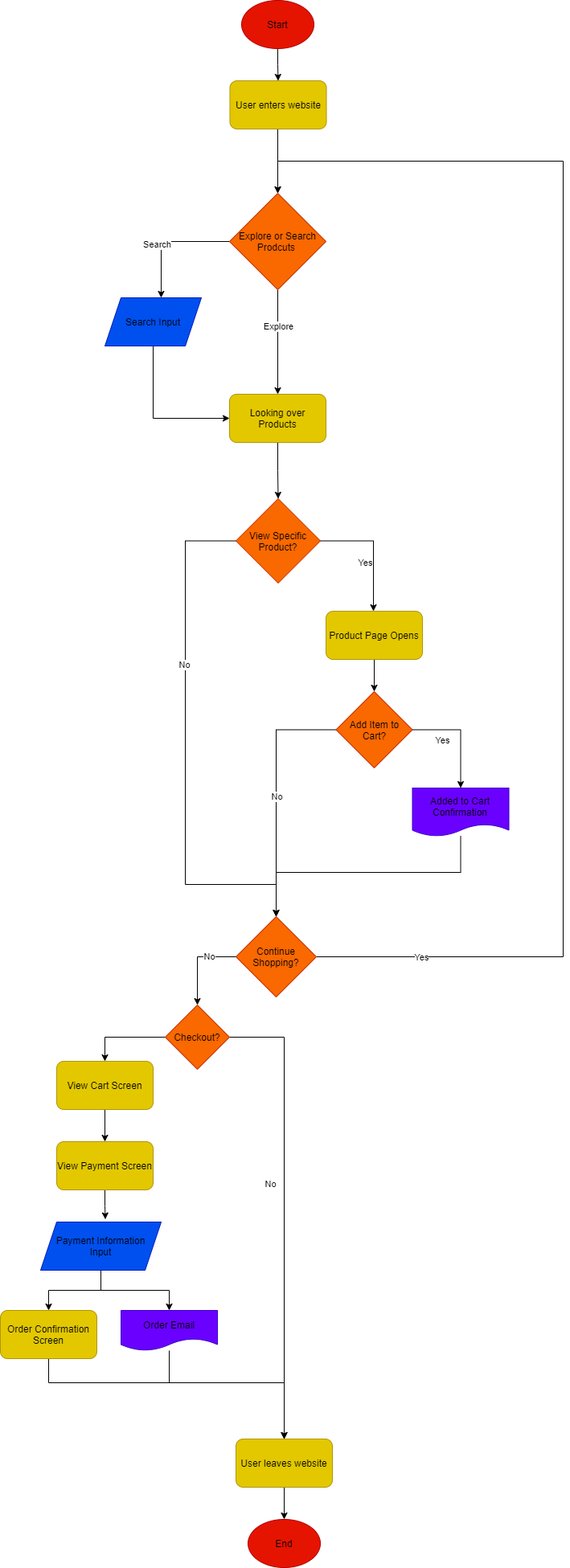
Earlier version of the draw.io export part2/part2.drawio.png (artyom2001/sp21-cse110-lab4). Source tidied: cells renumbered, new cells last; positions are measured from the earlier drawing's top-left corner, leaving out a move shared by most shapes. The source it was exported from:
```xml
<mxGraphModel>
  <root>
    <mxCell id="0" />
    <mxCell id="1" parent="0" />
    <mxCell id="2" style="edgeStyle=orthogonalEdgeStyle;rounded=0;jettySize=auto;entryX=0.5;entryY=0;entryDx=0;entryDy=0;labelBorderColor=none;html=1;fontColor=#000000;" parent="1" edge="1" source="3" target="5">
      <mxGeometry relative="1" as="geometry" />
    </mxCell>
    <mxCell id="3" value="Start" style="ellipse;whiteSpace=wrap;fillColor=#e51400;strokeColor=#B20000;labelBorderColor=none;html=1;fontColor=#000000;" parent="1" vertex="1">
      <mxGeometry x="300" width="90" height="60" as="geometry" />
    </mxCell>
    <mxCell id="4" style="edgeStyle=orthogonalEdgeStyle;rounded=0;jettySize=auto;entryX=0.5;entryY=0;entryDx=0;entryDy=0;labelBorderColor=none;html=1;fontColor=#000000;" parent="1" edge="1" source="5" target="10">
      <mxGeometry relative="1" as="geometry">
        <Array as="points">
          <mxPoint x="346" y="240" />
        </Array>
      </mxGeometry>
    </mxCell>
    <mxCell id="5" value="User enters website" style="rounded=1;whiteSpace=wrap;fillColor=#e3c800;strokeColor=#B09500;labelBorderColor=none;html=1;fontColor=#000000;" parent="1" vertex="1">
      <mxGeometry x="285.5" y="100" width="120" height="60" as="geometry" />
    </mxCell>
    <mxCell id="6" style="edgeStyle=orthogonalEdgeStyle;rounded=0;jettySize=auto;entryX=0.583;entryY=0;entryDx=0;entryDy=0;entryPerimeter=0;labelBorderColor=none;html=1;fontColor=#000000;" parent="1" edge="1" source="10" target="12">
      <mxGeometry relative="1" as="geometry" />
    </mxCell>
    <mxCell id="7" value="Search" style="edgeLabel;align=center;verticalAlign=middle;labelBorderColor=none;html=1;fontColor=#000000;" parent="6" vertex="1">
      <mxGeometry x="0.14" y="-5" relative="1" as="geometry" />
    </mxCell>
    <mxCell id="8" style="edgeStyle=orthogonalEdgeStyle;rounded=0;jettySize=auto;labelBorderColor=none;html=1;fontColor=#000000;" parent="1" edge="1" source="10" target="14">
      <mxGeometry relative="1" as="geometry" />
    </mxCell>
    <mxCell id="9" value="Explore" style="edgeLabel;align=center;verticalAlign=middle;labelBorderColor=none;html=1;fontColor=#000000;" parent="8" vertex="1">
      <mxGeometry x="-0.3" y="1" relative="1" as="geometry" />
    </mxCell>
    <mxCell id="10" value="Explore or Search Prodcuts&amp;nbsp;" style="rhombus;whiteSpace=wrap;fillColor=#fa6800;strokeColor=#C73500;labelBorderColor=none;html=1;fontColor=#000000;" parent="1" vertex="1">
      <mxGeometry x="285" y="240" width="120" height="120" as="geometry" />
    </mxCell>
    <mxCell id="11" style="edgeStyle=orthogonalEdgeStyle;rounded=0;jettySize=auto;entryX=0;entryY=0.5;entryDx=0;entryDy=0;exitX=0.5;exitY=1;exitDx=0;exitDy=0;labelBorderColor=none;html=1;fontColor=#000000;" parent="1" edge="1" source="12" target="14">
      <mxGeometry relative="1" as="geometry">
        <Array as="points">
          <mxPoint x="190" y="520" />
        </Array>
      </mxGeometry>
    </mxCell>
    <mxCell id="12" value="Search Input" style="shape=parallelogram;perimeter=parallelogramPerimeter;whiteSpace=wrap;fixedSize=1;fillColor=#0050ef;strokeColor=#001DBC;labelBorderColor=none;html=1;fontColor=#000000;" parent="1" vertex="1">
      <mxGeometry x="130" y="370" width="120" height="60" as="geometry" />
    </mxCell>
    <mxCell id="13" style="edgeStyle=orthogonalEdgeStyle;rounded=0;jettySize=auto;entryX=0.5;entryY=0;entryDx=0;entryDy=0;labelBorderColor=none;html=1;fontColor=#000000;" parent="1" edge="1" source="14" target="19">
      <mxGeometry relative="1" as="geometry" />
    </mxCell>
    <mxCell id="14" value="Looking over Products" style="rounded=1;whiteSpace=wrap;fillColor=#e3c800;strokeColor=#B09500;labelBorderColor=none;html=1;fontColor=#000000;" parent="1" vertex="1">
      <mxGeometry x="285" y="490" width="120" height="60" as="geometry" />
    </mxCell>
    <mxCell id="15" style="edgeStyle=orthogonalEdgeStyle;rounded=0;jettySize=auto;entryX=0.5;entryY=0;entryDx=0;entryDy=0;labelBorderColor=none;html=1;fontColor=#000000;" parent="1" edge="1" source="19" target="29">
      <mxGeometry relative="1" as="geometry">
        <Array as="points">
          <mxPoint x="230" y="673" />
          <mxPoint x="230" y="1100" />
          <mxPoint x="343" y="1100" />
        </Array>
      </mxGeometry>
    </mxCell>
    <mxCell id="16" value="No" style="edgeLabel;align=center;verticalAlign=middle;labelBorderColor=none;html=1;fontColor=#000000;" parent="15" vertex="1">
      <mxGeometry x="-0.32" y="-1" relative="1" as="geometry" />
    </mxCell>
    <mxCell id="17" style="edgeStyle=orthogonalEdgeStyle;rounded=0;jettySize=auto;exitX=1;exitY=0.5;exitDx=0;exitDy=0;labelBorderColor=none;html=1;fontColor=#000000;" parent="1" edge="1" source="19" target="21">
      <mxGeometry relative="1" as="geometry">
        <Array as="points">
          <mxPoint x="464" y="673" />
        </Array>
      </mxGeometry>
    </mxCell>
    <mxCell id="18" value="Yes" style="edgeLabel;align=center;verticalAlign=middle;labelBorderColor=none;html=1;fontColor=#000000;" parent="17" vertex="1">
      <mxGeometry x="-0.27" y="-4" relative="1" as="geometry">
        <mxPoint y="23.5" as="offset" />
      </mxGeometry>
    </mxCell>
    <mxCell id="19" value="View Specific Product?" style="rhombus;whiteSpace=wrap;fillColor=#fa6800;strokeColor=#C73500;labelBorderColor=none;html=1;fontColor=#000000;" parent="1" vertex="1">
      <mxGeometry x="293" y="620" width="105" height="105" as="geometry" />
    </mxCell>
    <mxCell id="20" style="edgeStyle=orthogonalEdgeStyle;rounded=0;jettySize=auto;entryX=0.5;entryY=0;entryDx=0;entryDy=0;labelBorderColor=none;html=1;fontColor=#000000;" parent="1" edge="1" source="21" target="26">
      <mxGeometry relative="1" as="geometry" />
    </mxCell>
    <mxCell id="21" value="Product Page Opens" style="rounded=1;whiteSpace=wrap;fillColor=#e3c800;strokeColor=#B09500;labelBorderColor=none;html=1;fontColor=#000000;" parent="1" vertex="1">
      <mxGeometry x="405" y="760" width="120" height="60" as="geometry" />
    </mxCell>
    <mxCell id="22" style="edgeStyle=orthogonalEdgeStyle;rounded=0;jettySize=auto;entryX=0.5;entryY=0;entryDx=0;entryDy=0;labelBorderColor=none;html=1;fontColor=#000000;" parent="1" edge="1" source="26" target="29">
      <mxGeometry relative="1" as="geometry" />
    </mxCell>
    <mxCell id="23" value="No" style="edgeLabel;align=center;verticalAlign=middle;labelBorderColor=none;html=1;fontColor=#000000;" parent="22" vertex="1">
      <mxGeometry x="0.03" y="1" relative="1" as="geometry" />
    </mxCell>
    <mxCell id="24" style="edgeStyle=orthogonalEdgeStyle;rounded=0;jettySize=auto;exitX=1;exitY=0.5;exitDx=0;exitDy=0;labelBorderColor=none;html=1;fontColor=#000000;" parent="1" edge="1" source="26" target="31">
      <mxGeometry relative="1" as="geometry" />
    </mxCell>
    <mxCell id="25" value="Yes" style="edgeLabel;align=center;verticalAlign=middle;labelBorderColor=none;html=1;fontColor=#000000;" parent="24" vertex="1">
      <mxGeometry x="0.1" y="1" relative="1" as="geometry">
        <mxPoint x="-23.4" as="offset" />
      </mxGeometry>
    </mxCell>
    <mxCell id="26" value="Add Item to Cart?" style="rhombus;whiteSpace=wrap;fillColor=#fa6800;strokeColor=#C73500;labelBorderColor=none;html=1;fontColor=#000000;" parent="1" vertex="1">
      <mxGeometry x="417.5" y="860" width="95" height="95" as="geometry" />
    </mxCell>
    <mxCell id="27" style="edgeStyle=orthogonalEdgeStyle;rounded=0;jettySize=auto;entryX=0.5;entryY=0;entryDx=0;entryDy=0;labelBorderColor=none;html=1;fontColor=#000000;" parent="1" edge="1" source="29" target="10">
      <mxGeometry relative="1" as="geometry">
        <Array as="points">
          <mxPoint x="700" y="1190" />
          <mxPoint x="700" y="200" />
          <mxPoint x="345" y="200" />
        </Array>
      </mxGeometry>
    </mxCell>
    <mxCell id="28" value="Yes" style="edgeLabel;align=center;verticalAlign=middle;labelBorderColor=none;html=1;fontColor=#000000;" parent="27" vertex="1">
      <mxGeometry x="-0.85" y="-1" relative="1" as="geometry" />
    </mxCell>
    <mxCell id="29" value="Continue Shopping?" style="rhombus;whiteSpace=wrap;fillColor=#fa6800;strokeColor=#C73500;labelBorderColor=none;html=1;fontColor=#000000;" parent="1" vertex="1">
      <mxGeometry x="293" y="1140" width="100" height="100" as="geometry" />
    </mxCell>
    <mxCell id="30" style="edgeStyle=orthogonalEdgeStyle;rounded=0;jettySize=auto;entryX=0.5;entryY=0;entryDx=0;entryDy=0;labelBorderColor=none;html=1;fontColor=#000000;" parent="1" edge="1" source="31" target="29">
      <mxGeometry relative="1" as="geometry">
        <Array as="points">
          <mxPoint x="573" y="1085" />
          <mxPoint x="343" y="1085" />
        </Array>
      </mxGeometry>
    </mxCell>
    <mxCell id="31" value="Added to Cart Confirmation" style="shape=document;whiteSpace=wrap;boundedLbl=1;size=0.25;fillColor=#6a00ff;strokeColor=#3700CC;labelBorderColor=none;html=1;fontColor=#000000;" parent="1" vertex="1">
      <mxGeometry x="512.5" y="980" width="120" height="60" as="geometry" />
    </mxCell>
    <mxCell id="32" style="edgeStyle=orthogonalEdgeStyle;rounded=0;jettySize=auto;labelBorderColor=none;html=1;fontColor=#000000;" parent="1" edge="1" source="35" target="39">
      <mxGeometry relative="1" as="geometry" />
    </mxCell>
    <mxCell id="33" value="No" style="edgeLabel;align=center;verticalAlign=middle;labelBorderColor=none;html=1;fontColor=#000000;" parent="32" vertex="1">
      <mxGeometry x="-0.12" y="1" relative="1" as="geometry">
        <mxPoint x="-18.7" y="1" as="offset" />
      </mxGeometry>
    </mxCell>
    <mxCell id="34" style="edgeStyle=orthogonalEdgeStyle;rounded=0;jettySize=auto;exitX=0;exitY=0.5;exitDx=0;exitDy=0;entryX=0.5;entryY=0;entryDx=0;entryDy=0;labelBorderColor=none;html=1;fontColor=#000000;" parent="1" edge="1" source="35" target="41">
      <mxGeometry relative="1" as="geometry" />
    </mxCell>
    <mxCell id="35" value="Checkout?" style="rhombus;whiteSpace=wrap;fillColor=#fa6800;strokeColor=#C73500;labelBorderColor=none;html=1;fontColor=#000000;" parent="1" vertex="1">
      <mxGeometry x="205" y="1250" width="80" height="80" as="geometry" />
    </mxCell>
    <mxCell id="36" style="edgeStyle=orthogonalEdgeStyle;rounded=0;jettySize=auto;labelBorderColor=none;html=1;fontColor=#000000;" parent="1" edge="1" source="29" target="35">
      <mxGeometry relative="1" as="geometry" />
    </mxCell>
    <mxCell id="37" value="No" style="edgeLabel;align=center;verticalAlign=middle;labelBorderColor=none;html=1;fontColor=#000000;" parent="36" vertex="1">
      <mxGeometry x="-0.15" y="2" relative="1" as="geometry">
        <mxPoint x="12.8" y="-2" as="offset" />
      </mxGeometry>
    </mxCell>
    <mxCell id="38" style="edgeStyle=orthogonalEdgeStyle;rounded=0;jettySize=auto;entryX=0.5;entryY=0;entryDx=0;entryDy=0;labelBorderColor=none;html=1;fontColor=#000000;" parent="1" edge="1" source="39" target="51">
      <mxGeometry relative="1" as="geometry" />
    </mxCell>
    <mxCell id="39" value="User leaves website" style="rounded=1;whiteSpace=wrap;fillColor=#e3c800;strokeColor=#B09500;labelBorderColor=none;html=1;fontColor=#000000;" parent="1" vertex="1">
      <mxGeometry x="293" y="1790" width="120" height="60" as="geometry" />
    </mxCell>
    <mxCell id="40" style="edgeStyle=orthogonalEdgeStyle;rounded=0;jettySize=auto;entryX=0.5;entryY=0;entryDx=0;entryDy=0;labelBorderColor=none;html=1;fontColor=#000000;" parent="1" edge="1" source="41" target="43">
      <mxGeometry relative="1" as="geometry" />
    </mxCell>
    <mxCell id="41" value="View Cart Screen" style="rounded=1;whiteSpace=wrap;fillColor=#e3c800;strokeColor=#B09500;labelBorderColor=none;html=1;fontColor=#000000;" parent="1" vertex="1">
      <mxGeometry x="70" y="1320" width="120" height="60" as="geometry" />
    </mxCell>
    <mxCell id="42" style="edgeStyle=orthogonalEdgeStyle;rounded=0;jettySize=auto;entryX=0.537;entryY=-0.056;entryDx=0;entryDy=0;entryPerimeter=0;labelBorderColor=none;html=1;fontColor=#000000;" parent="1" edge="1" source="43" target="46">
      <mxGeometry relative="1" as="geometry" />
    </mxCell>
    <mxCell id="43" value="View Payment Screen" style="rounded=1;whiteSpace=wrap;fillColor=#e3c800;strokeColor=#B09500;labelBorderColor=none;html=1;fontColor=#000000;" parent="1" vertex="1">
      <mxGeometry x="70" y="1420" width="120" height="60" as="geometry" />
    </mxCell>
    <mxCell id="44" style="edgeStyle=orthogonalEdgeStyle;rounded=0;jettySize=auto;labelBorderColor=none;html=1;fontColor=#000000;" parent="1" edge="1" source="46" target="48">
      <mxGeometry relative="1" as="geometry" />
    </mxCell>
    <mxCell id="45" style="edgeStyle=orthogonalEdgeStyle;rounded=0;jettySize=auto;entryX=0.5;entryY=0;entryDx=0;entryDy=0;labelBorderColor=none;html=1;fontColor=#000000;" parent="1" edge="1" source="46" target="50">
      <mxGeometry relative="1" as="geometry" />
    </mxCell>
    <mxCell id="46" value="Payment Information&lt;br&gt;Input" style="shape=parallelogram;perimeter=parallelogramPerimeter;whiteSpace=wrap;fixedSize=1;fillColor=#0050ef;strokeColor=#001DBC;labelBorderColor=none;html=1;fontColor=#000000;" parent="1" vertex="1">
      <mxGeometry x="50" y="1520" width="150" height="60" as="geometry" />
    </mxCell>
    <mxCell id="47" style="edgeStyle=orthogonalEdgeStyle;rounded=0;jettySize=auto;entryX=0.5;entryY=0;entryDx=0;entryDy=0;labelBorderColor=none;html=1;fontColor=#000000;" parent="1" edge="1" source="48" target="39">
      <mxGeometry relative="1" as="geometry">
        <Array as="points">
          <mxPoint x="60" y="1720" />
          <mxPoint x="353" y="1720" />
        </Array>
      </mxGeometry>
    </mxCell>
    <mxCell id="48" value="Order Confirmation Screen" style="rounded=1;whiteSpace=wrap;fillColor=#e3c800;strokeColor=#B09500;labelBorderColor=none;html=1;fontColor=#000000;" parent="1" vertex="1">
      <mxGeometry y="1630" width="120" height="60" as="geometry" />
    </mxCell>
    <mxCell id="49" style="edgeStyle=orthogonalEdgeStyle;rounded=0;jettySize=auto;entryX=0.5;entryY=0;entryDx=0;entryDy=0;labelBorderColor=none;html=1;fontColor=#000000;" parent="1" edge="1" source="50" target="39">
      <mxGeometry relative="1" as="geometry">
        <Array as="points">
          <mxPoint x="210" y="1720" />
          <mxPoint x="353" y="1720" />
        </Array>
      </mxGeometry>
    </mxCell>
    <mxCell id="50" value="Order Email" style="shape=document;whiteSpace=wrap;boundedLbl=1;fillColor=#6a00ff;strokeColor=#3700CC;labelBorderColor=none;html=1;fontColor=#000000;" parent="1" vertex="1">
      <mxGeometry x="150" y="1630" width="120" height="50" as="geometry" />
    </mxCell>
    <mxCell id="51" value="End" style="ellipse;whiteSpace=wrap;fillColor=#e51400;strokeColor=#B20000;labelBorderColor=none;html=1;fontColor=#000000;" parent="1" vertex="1">
      <mxGeometry x="308" y="1890" width="90" height="60" as="geometry" />
    </mxCell>
  </root>
</mxGraphModel>
```
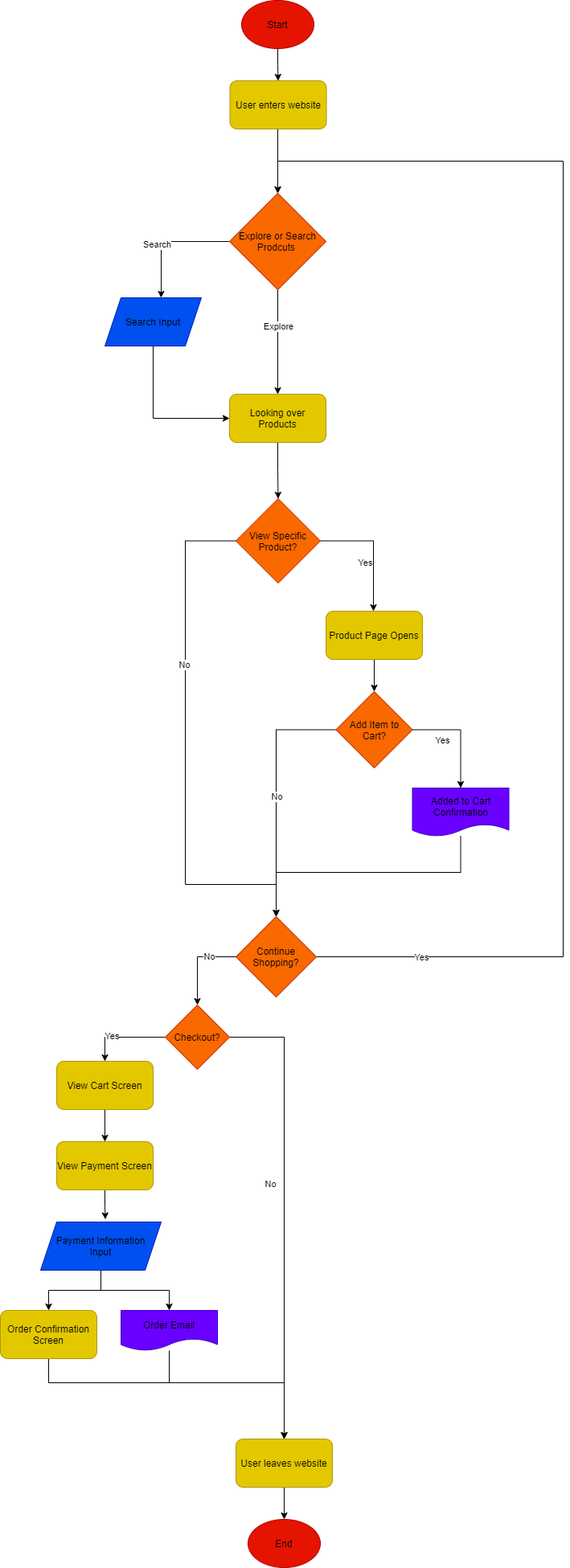
After the commit.

Change to the diagram source:
```diff
@@ -136,6 +136,9 @@
     <mxCell id="34" style="edgeStyle=orthogonalEdgeStyle;rounded=0;jettySize=auto;exitX=0;exitY=0.5;exitDx=0;exitDy=0;entryX=0.5;entryY=0;entryDx=0;entryDy=0;labelBorderColor=none;html=1;fontColor=#000000;" parent="1" edge="1" source="35" target="41">
       <mxGeometry relative="1" as="geometry" />
     </mxCell>
+    <mxCell id="52" value="Yes" style="edgeLabel;html=1;align=center;verticalAlign=middle;fontColor=#000000;" parent="34" vertex="1">
+      <mxGeometry x="0.27" y="-1" relative="1" as="geometry" />
+    </mxCell>
     <mxCell id="35" value="Checkout?" style="rhombus;whiteSpace=wrap;fillColor=#fa6800;strokeColor=#C73500;labelBorderColor=none;html=1;fontColor=#000000;" parent="1" vertex="1">
       <mxGeometry x="205" y="1250" width="80" height="80" as="geometry" />
     </mxCell>
```
